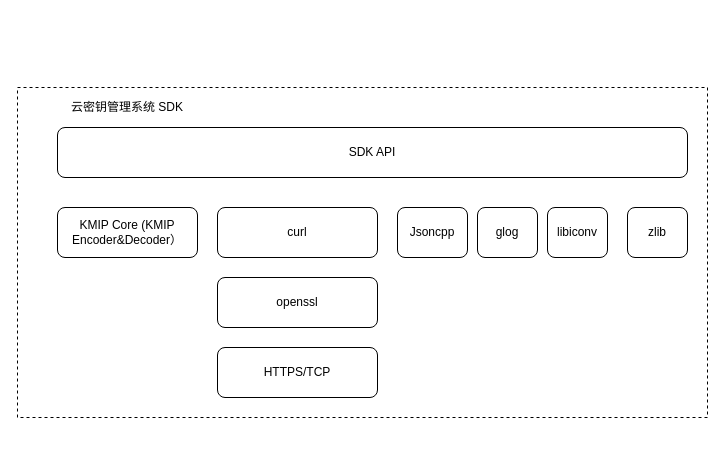
This is kms sdk Diagram.drawio from twoconk/guaniu, a draw.io file, before an edit. Source tidied: cells renumbered, new cells numbered last; positions are measured from the earlier drawing's top-left corner, leaving out a move shared by most shapes. Both pictures are drawn from the tidied source at 100%, with x=0, y=0 at pixel (17, 87).
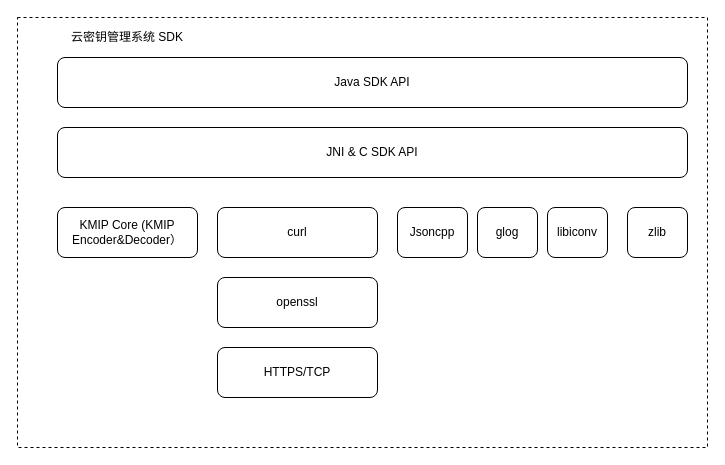
The same diagram, later.

Diff of the diagram source:
```diff
@@
 <mxGraphModel>
   <root>
     <mxCell id="0" />
     <mxCell id="1" parent="0" />
     <mxCell id="2" style="rounded=0;whiteSpace=wrap;html=1;dashed=1;" parent="1" vertex="1">
-      <mxGeometry width="690" height="330" as="geometry" />
+      <mxGeometry y="-70" width="690" height="430" as="geometry" />
     </mxCell>
     <mxCell id="3" value="KMIP Core (KMIP Encoder&amp;amp;Decoder）" style="rounded=1;whiteSpace=wrap;html=1;" parent="1" vertex="1">
       <mxGeometry x="40" y="120" width="140" height="50" as="geometry" />
     </mxCell>
     <mxCell id="4" value="云密钥管理系统 SDK" style="text;html=1;strokeColor=none;fillColor=none;align=center;verticalAlign=middle;whiteSpace=wrap;rounded=0;" parent="1" vertex="1">
-      <mxGeometry x="10" y="10" width="200" height="20" as="geometry" />
+      <mxGeometry x="10" y="-60" width="200" height="20" as="geometry" />
     </mxCell>
     <mxCell id="5" value="HTTPS/TCP" style="rounded=1;whiteSpace=wrap;html=1;" parent="1" vertex="1">
       <mxGeometry x="200" y="260" width="160" height="50" as="geometry" />
     </mxCell>
-    <mxCell id="6" value="SDK API" style="rounded=1;whiteSpace=wrap;html=1;" parent="1" vertex="1">
+    <mxCell id="6" value="JNI &amp;amp; C SDK API" style="rounded=1;whiteSpace=wrap;html=1;" parent="1" vertex="1">
       <mxGeometry x="40" y="40" width="630" height="50" as="geometry" />
     </mxCell>
     <mxCell id="7" value="Jsoncpp" style="rounded=1;whiteSpace=wrap;html=1;" parent="1" vertex="1">
       <mxGeometry x="380" y="120" width="70" height="50" as="geometry" />
     </mxCell>
     <mxCell id="8" value="curl" style="rounded=1;whiteSpace=wrap;html=1;" parent="1" vertex="1">
       <mxGeometry x="200" y="120" width="160" height="50" as="geometry" />
     </mxCell>
     <mxCell id="9" value="openssl" style="rounded=1;whiteSpace=wrap;html=1;" parent="1" vertex="1">
       <mxGeometry x="200" y="190" width="160" height="50" as="geometry" />
     </mxCell>
     <mxCell id="10" value="glog" style="rounded=1;whiteSpace=wrap;html=1;" parent="1" vertex="1">
       <mxGeometry x="460" y="120" width="60" height="50" as="geometry" />
     </mxCell>
     <mxCell id="11" value="libiconv" style="rounded=1;whiteSpace=wrap;html=1;" parent="1" vertex="1">
       <mxGeometry x="530" y="120" width="60" height="50" as="geometry" />
     </mxCell>
     <mxCell id="12" value="zlib" style="rounded=1;whiteSpace=wrap;html=1;" parent="1" vertex="1">
       <mxGeometry x="610" y="120" width="60" height="50" as="geometry" />
     </mxCell>
+    <mxCell id="13" value="Java SDK API" style="rounded=1;whiteSpace=wrap;html=1;" parent="1" vertex="1">
+      <mxGeometry x="40" y="-30" width="630" height="50" as="geometry" />
+    </mxCell>
   </root>
 </mxGraphModel>
```
